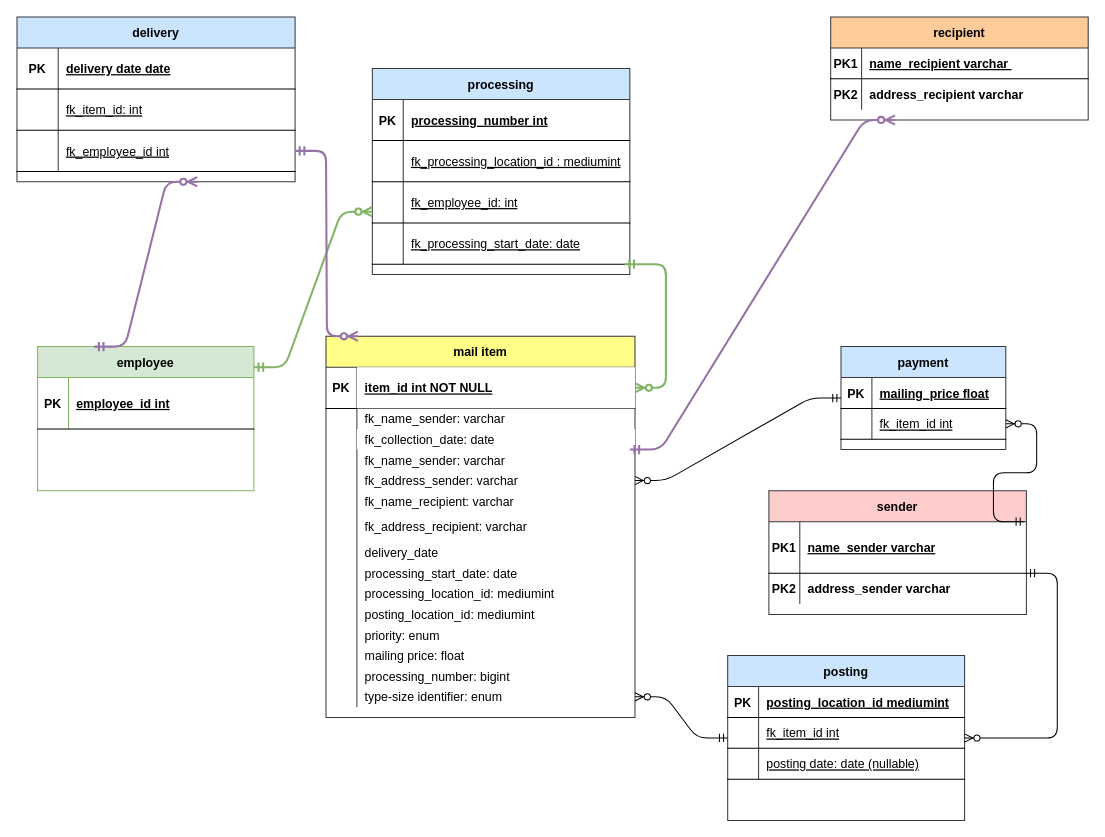
Carina20/CFLMS-Carina-CodeReview-09 keeps this draw.io diagram as database_development_CR09/UML_ClassDiagram_CR09.drawio. Above is the earlier version. Source tidied: cells renumbered, new cells numbered last; positions are measured from the earlier drawing's top-left corner, leaving out a move shared by most shapes. Both pictures are drawn from the tidied source at 103%, with x=0, y=0 at pixel (16, 16).
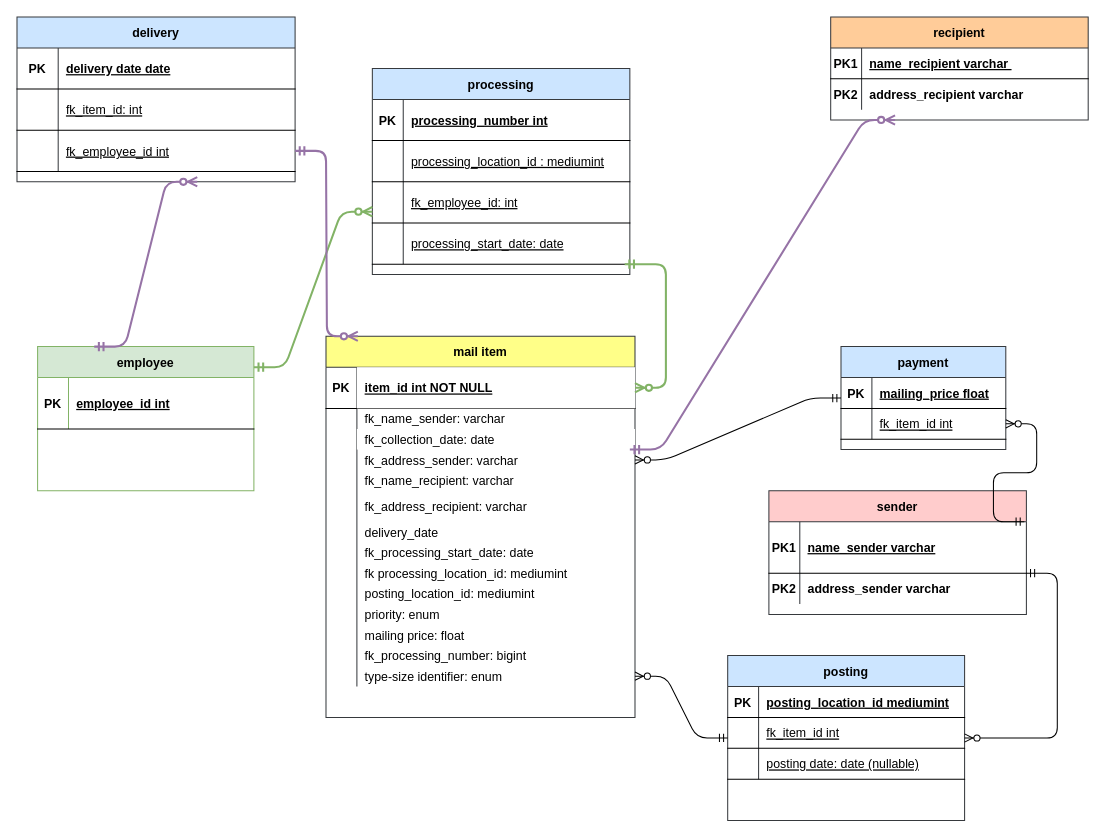
Above is the later version.

Unchanged cells that the change refers to:
```xml
<mxCell id="30" style="shape=partialRectangle;fillColor=none;top=0;left=0;right=0;bottom=1;fontStyle=0;" parent="26" vertex="1">
  <mxGeometry y="70" width="250" height="40" as="geometry" />
</mxCell>
<mxCell id="36" style="shape=partialRectangle;fillColor=none;top=0;left=0;right=0;bottom=1;" parent="26" vertex="1">
  <mxGeometry y="150" width="250" height="40" as="geometry" />
</mxCell>
<mxCell id="60" value="mail item" style="shape=table;startSize=30;childLayout=tableLayout;rowLines=0;fontStyle=1;align=center;fillColor=#ffff88;strokeColor=#36393d;" parent="1" vertex="1">
  <mxGeometry x="300" y="310" width="300" height="370" as="geometry" />
</mxCell>
```

The edit, as a diff of the source:
```diff
@@
-    <mxCell id="32" value="fk_processing_location_id : mediumint" style="shape=partialRectangle;overflow=hidden;fillColor=none;top=0;left=0;bottom=0;right=0;align=left;spacingLeft=6;fontStyle=4;" parent="30" vertex="1">
+    <mxCell id="32" value="processing_location_id : mediumint" style="shape=partialRectangle;overflow=hidden;fillColor=none;top=0;left=0;bottom=0;right=0;align=left;spacingLeft=6;fontStyle=4;" parent="30" vertex="1">
       <mxGeometry x="30" width="220" height="40" as="geometry" />
     </mxCell>
@@
-    <mxCell id="38" value="fk_processing_start_date: date" style="shape=partialRectangle;overflow=hidden;fillColor=none;top=0;left=0;bottom=0;right=0;align=left;spacingLeft=6;fontStyle=4;" parent="36" vertex="1">
+    <mxCell id="38" value="processing_start_date: date" style="shape=partialRectangle;overflow=hidden;fillColor=none;top=0;left=0;bottom=0;right=0;align=left;spacingLeft=6;fontStyle=4;" parent="36" vertex="1">
       <mxGeometry x="30" width="220" height="40" as="geometry" />
     </mxCell>
@@
-    <mxCell id="70" style="shape=partialRectangle;fillColor=none;top=0;left=0;right=0;bottom=0;" parent="60" vertex="1">
-      <mxGeometry y="110" width="300" height="20" as="geometry" />
-    </mxCell>
-    <mxCell id="71" style="shape=partialRectangle;overflow=hidden;fillColor=none;top=0;left=0;bottom=0;right=0;" parent="70" vertex="1">
-      <mxGeometry width="30" height="20" as="geometry" />
-    </mxCell>
-    <mxCell id="72" value="fk_name_sender: varchar" style="shape=partialRectangle;overflow=hidden;fillColor=none;top=0;left=0;bottom=0;right=0;align=left;spacingLeft=6;strokeColor=#FFFF99;" parent="70" vertex="1">
-      <mxGeometry x="30" width="270" height="20" as="geometry" />
-    </mxCell>
     <mxCell id="73" style="shape=partialRectangle;fillColor=none;points=[[0,0.5],[1,0.5]];portConstraint=eastwest;top=0;left=0;right=0;bottom=0;" parent="60" vertex="1">
-      <mxGeometry y="130" width="300" height="20" as="geometry" />
+      <mxGeometry y="110" width="300" height="20" as="geometry" />
     </mxCell>
@@
     <mxCell id="76" style="shape=partialRectangle;fillColor=none;top=0;left=0;right=0;bottom=0;" parent="60" vertex="1">
-      <mxGeometry y="150" width="300" height="20" as="geometry" />
+      <mxGeometry y="130" width="300" height="20" as="geometry" />
     </mxCell>
@@
     <mxCell id="79" style="shape=partialRectangle;fillColor=none;top=0;left=0;right=0;bottom=0;" parent="60" vertex="1">
-      <mxGeometry y="170" width="300" height="30" as="geometry" />
+      <mxGeometry y="150" width="300" height="30" as="geometry" />
     </mxCell>
@@
     <mxCell id="82" style="shape=partialRectangle;fillColor=none;top=0;left=0;right=0;bottom=0;" parent="60" vertex="1">
-      <mxGeometry y="200" width="300" height="20" as="geometry" />
+      <mxGeometry y="180" width="300" height="20" as="geometry" />
     </mxCell>
@@
     <mxCell id="85" style="shape=partialRectangle;fillColor=none;top=0;left=0;right=0;bottom=0;" parent="60" vertex="1">
-      <mxGeometry y="220" width="300" height="20" as="geometry" />
+      <mxGeometry y="200" width="300" height="20" as="geometry" />
     </mxCell>
@@
-    <mxCell id="87" value="processing_start_date: date" style="shape=partialRectangle;overflow=hidden;fillColor=none;top=0;left=0;bottom=0;right=0;align=left;spacingLeft=6;" parent="85" vertex="1">
+    <mxCell id="87" value="fk_processing_start_date: date" style="shape=partialRectangle;overflow=hidden;fillColor=none;top=0;left=0;bottom=0;right=0;align=left;spacingLeft=6;" parent="85" vertex="1">
       <mxGeometry x="30" width="270" height="20" as="geometry" />
     </mxCell>
     <mxCell id="88" style="shape=partialRectangle;fillColor=none;top=0;left=0;right=0;bottom=0;" parent="60" vertex="1">
-      <mxGeometry y="240" width="300" height="20" as="geometry" />
+      <mxGeometry y="220" width="300" height="20" as="geometry" />
     </mxCell>
@@
-    <mxCell id="90" value="processing_location_id: mediumint" style="shape=partialRectangle;overflow=hidden;fillColor=none;top=0;left=0;bottom=0;right=0;align=left;spacingLeft=6;strokeColor=#FFFF99;" parent="88" vertex="1">
+    <mxCell id="90" value="fk processing_location_id: mediumint" style="shape=partialRectangle;overflow=hidden;fillColor=none;top=0;left=0;bottom=0;right=0;align=left;spacingLeft=6;strokeColor=#FFFF99;" parent="88" vertex="1">
       <mxGeometry x="30" width="270" height="20" as="geometry" />
     </mxCell>
     <mxCell id="91" style="shape=partialRectangle;fillColor=none;top=0;left=0;right=0;bottom=0;" parent="60" vertex="1">
-      <mxGeometry y="260" width="300" height="20" as="geometry" />
+      <mxGeometry y="240" width="300" height="20" as="geometry" />
     </mxCell>
@@
     <mxCell id="94" style="shape=partialRectangle;fillColor=none;top=0;left=0;right=0;bottom=0;" parent="60" vertex="1">
-      <mxGeometry y="280" width="300" height="20" as="geometry" />
+      <mxGeometry y="260" width="300" height="20" as="geometry" />
     </mxCell>
@@
     <mxCell id="97" style="shape=partialRectangle;fillColor=none;top=0;left=0;right=0;bottom=0;" parent="60" vertex="1">
-      <mxGeometry y="300" width="300" height="20" as="geometry" />
+      <mxGeometry y="280" width="300" height="20" as="geometry" />
     </mxCell>
@@
     <mxCell id="100" style="shape=partialRectangle;fillColor=none;top=0;left=0;right=0;bottom=0;" parent="60" vertex="1">
-      <mxGeometry y="320" width="300" height="20" as="geometry" />
+      <mxGeometry y="300" width="300" height="20" as="geometry" />
     </mxCell>
@@
-    <mxCell id="102" value="processing_number: bigint" style="shape=partialRectangle;overflow=hidden;fillColor=none;top=0;left=0;bottom=0;right=0;align=left;spacingLeft=6;" parent="100" vertex="1">
+    <mxCell id="102" value="fk_processing_number: bigint" style="shape=partialRectangle;overflow=hidden;fillColor=none;top=0;left=0;bottom=0;right=0;align=left;spacingLeft=6;" parent="100" vertex="1">
       <mxGeometry x="30" width="270" height="20" as="geometry" />
     </mxCell>
     <mxCell id="103" style="shape=partialRectangle;fillColor=none;points=[[0,0.5],[1,0.5]];portConstraint=eastwest;top=0;left=0;right=0;bottom=0;" parent="60" vertex="1">
-      <mxGeometry y="340" width="300" height="20" as="geometry" />
+      <mxGeometry y="320" width="300" height="20" as="geometry" />
     </mxCell>
```
